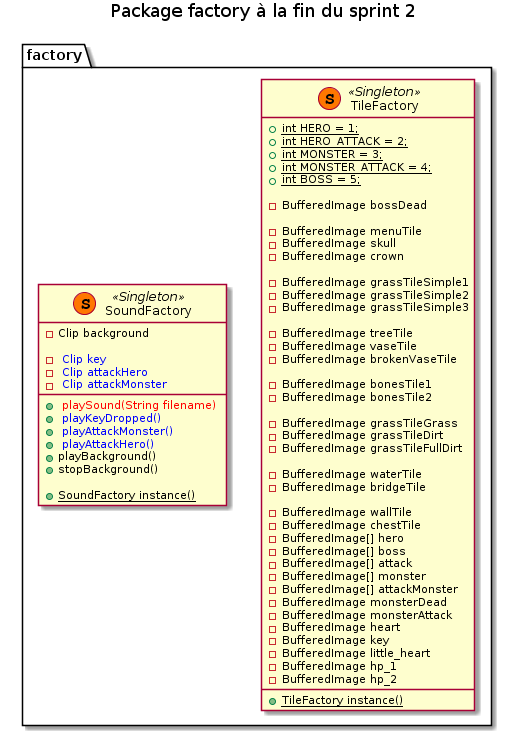
Earlier version of the PlantUML export diagrammes/factory/package_factory_fin_sprint3.png (simonh88/ACL2017_LaraClette). Source of this version:
```plantuml
@startuml
title Package factory à la fin du sprint 2

package factory {

    class TileFactory << (S,#FF7700) Singleton >>  {
        + {static} int HERO = 1;
        + {static}  int HERO_ATTACK = 2;
        + {static}  int MONSTER = 3;
        + {static}  int MONSTER_ATTACK = 4;
        + {static}  int BOSS = 5;

        - BufferedImage bossDead

        - BufferedImage menuTile
        - BufferedImage skull
        - BufferedImage crown

        - BufferedImage grassTileSimple1
        - BufferedImage grassTileSimple2
        - BufferedImage grassTileSimple3

        - BufferedImage treeTile
        - BufferedImage vaseTile
        - BufferedImage brokenVaseTile

        - BufferedImage bonesTile1
        - BufferedImage bonesTile2

        - BufferedImage grassTileGrass
        - BufferedImage grassTileDirt
        - BufferedImage grassTileFullDirt

        - BufferedImage waterTile
        - BufferedImage bridgeTile

        - BufferedImage wallTile
        - BufferedImage chestTile
        - BufferedImage[] hero
        - BufferedImage[] boss
        - BufferedImage[] attack
        - BufferedImage[] monster
        - BufferedImage[] attackMonster
        - BufferedImage monsterDead
        - BufferedImage monsterAttack
        - BufferedImage heart
        - BufferedImage key
        - BufferedImage little_heart
        - BufferedImage hp_1
        - BufferedImage hp_2

        + {static} TileFactory instance()
    }


    class SoundFactory << (S,#FF7700) Singleton >>  {
        - Clip background

        - <color:blue> Clip key </color>
        - <color:blue> Clip attackHero </color>
        - <color:blue> Clip attackMonster </color>

        + <color:red> playSound(String filename) </color>
        + <color:blue> playKeyDropped() </color>
        + <color:blue> playAttackMonster() </color>
        + <color:blue> playAttackHero() </color>
        + playBackground()
        + stopBackground()

        + {static} SoundFactory instance()
    }

}
@enduml
```
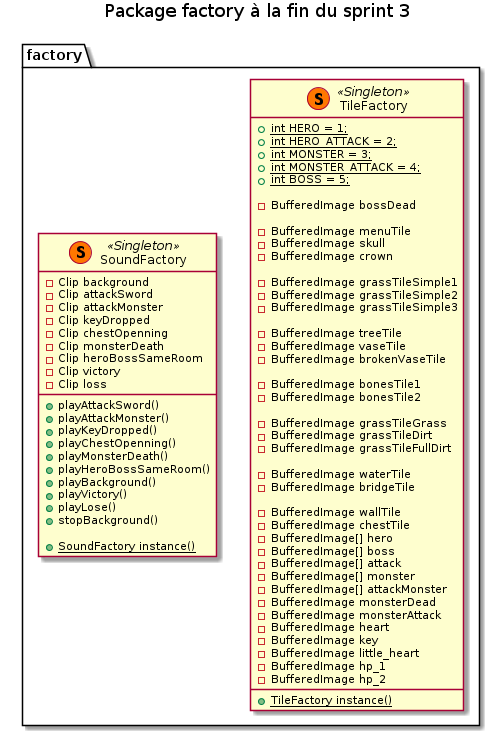
Above is the later version.

Change to the diagram source:
```diff
@@ -1,5 +1,5 @@
 @startuml
-title Package factory à la fin du sprint 2
+title Package factory à la fin du sprint 3
 
 package factory {
 
@@ -55,16 +55,24 @@
 
     class SoundFactory << (S,#FF7700) Singleton >>  {
         - Clip background
+        - Clip attackSword
+        - Clip attackMonster
+        - Clip keyDropped
+        - Clip chestOpenning
+        - Clip monsterDeath
+        - Clip heroBossSameRoom
+        - Clip victory
+        - Clip loss
 
-        - <color:blue> Clip key </color>
-        - <color:blue> Clip attackHero </color>
-        - <color:blue> Clip attackMonster </color>
-
-        + <color:red> playSound(String filename) </color>
-        + <color:blue> playKeyDropped() </color>
-        + <color:blue> playAttackMonster() </color>
-        + <color:blue> playAttackHero() </color>
+        + playAttackSword()
+        + playAttackMonster()
+        + playKeyDropped()
+        + playChestOpenning()
+        + playMonsterDeath()
+        + playHeroBossSameRoom()
         + playBackground()
+        + playVictory()
+        + playLose()
         + stopBackground()
 
         + {static} SoundFactory instance()
```
